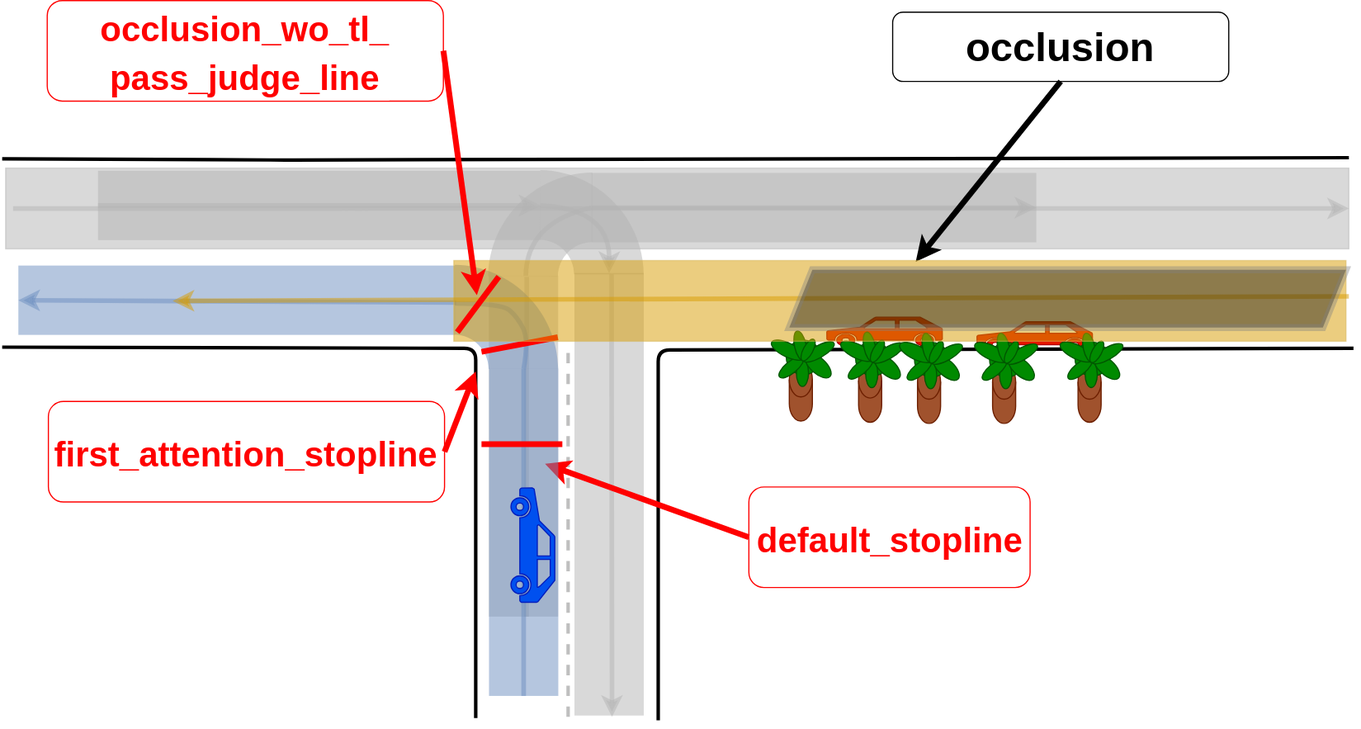
Earlier version of the draw.io export pr-5566/planning/behavior_velocity_intersection_module/docs/occlusion-without-tl.drawio.svg (zusizusi/autoware.universe). Source tidied: cells renumbered, new cells last; positions are measured from the earlier drawing's top-left corner, leaving out a move shared by most shapes.
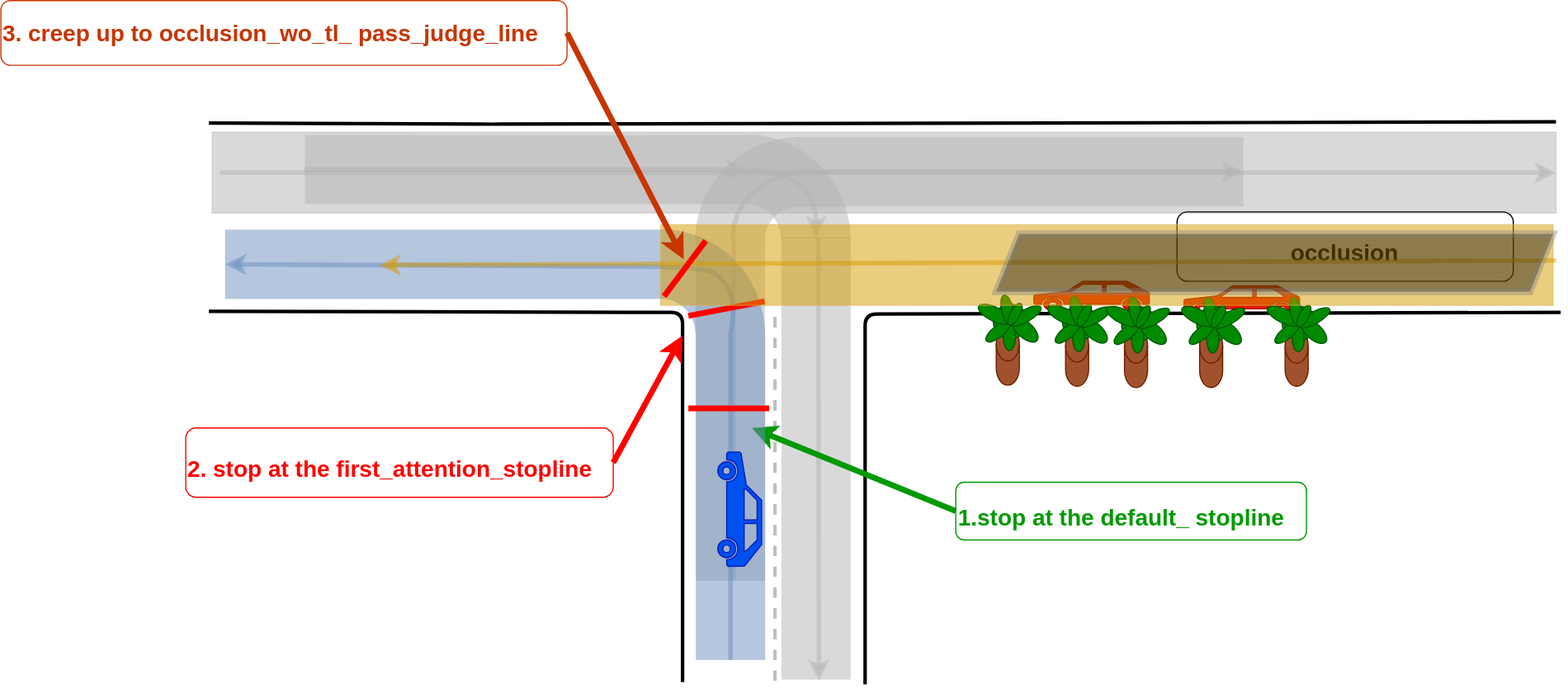
The same diagram one commit later.

The edit, as a diff of the source:
```diff
@@ -106,22 +106,17 @@
     <mxCell id="24" style="shape=mxgraph.signs.transportation.car_3;html=1;fillColor=#e51400;strokeColor=#B20000;verticalLabelPosition=bottom;verticalAlign=top;align=center;fontColor=#ffffff;" parent="23" vertex="1">
       <mxGeometry x="254" y="86" width="100" height="25" as="geometry" />
     </mxCell>
-    <mxCell id="25" value="&lt;b style=&quot;font-size: 30px;&quot;&gt;&lt;font style=&quot;font-size: 30px;&quot;&gt;&lt;font color=&quot;#ff0000&quot;&gt;default_stopline&lt;/font&gt;&lt;br&gt;&lt;/font&gt;&lt;/b&gt;" style="rounded=1;whiteSpace=wrap;html=1;labelBackgroundColor=#FFFFFF;strokeColor=#FF0000;fontSize=35;fontColor=#D79B00;fillColor=none;" parent="23" vertex="1">
-      <mxGeometry x="186.5" y="233" width="243.5" height="87" as="geometry" />
+    <mxCell id="25" value="&lt;b style=&quot;font-size: 30px;&quot;&gt;&lt;font style=&quot;font-size: 20px;&quot;&gt;&lt;font style=&quot;font-size: 20px;&quot; color=&quot;#009900&quot;&gt;1.stop at the default_&lt;/font&gt;&lt;/font&gt;&lt;/b&gt;&lt;b style=&quot;font-size: 20px;&quot;&gt;&lt;font color=&quot;#009900&quot;&gt;stopline&lt;/font&gt;&lt;/b&gt;&lt;b style=&quot;font-size: 30px;&quot;&gt;&lt;font style=&quot;font-size: 20px;&quot;&gt;&lt;font style=&quot;font-size: 20px;&quot; color=&quot;#009900&quot;&gt;&lt;br&gt;&lt;/font&gt;&lt;/font&gt;&lt;/b&gt;" style="rounded=1;whiteSpace=wrap;html=1;labelBackgroundColor=#FFFFFF;strokeColor=#009900;fontSize=35;fontColor=#D79B00;fillColor=none;align=left;" parent="23" vertex="1">
+      <mxGeometry x="186.5" y="260" width="303.5" height="50" as="geometry" />
     </mxCell>
-    <mxCell id="26" style="endArrow=classic;html=1;rounded=0;strokeColor=#FF0000;fontSize=35;fontColor=#3333FF;exitX=0;exitY=0.5;exitDx=0;exitDy=0;strokeWidth=5;" parent="1" edge="1" source="25">
+    <mxCell id="26" style="endArrow=classic;html=1;rounded=0;strokeColor=#009900;fontSize=35;fontColor=#3333FF;exitX=0;exitY=0.5;exitDx=0;exitDy=0;strokeWidth=5;" parent="1" edge="1" source="25">
       <mxGeometry relative="1" as="geometry">
         <mxPoint x="470" y="401" as="targetPoint" />
       </mxGeometry>
     </mxCell>
-    <mxCell id="27" value="&lt;b style=&quot;&quot;&gt;&lt;font color=&quot;#000000&quot;&gt;occlusion&lt;/font&gt;&lt;/b&gt;" style="rounded=1;whiteSpace=wrap;html=1;labelBackgroundColor=#FFFFFF;strokeColor=#000000;fontSize=35;fontColor=#D79B00;fillColor=none;" parent="1" vertex="1">
-      <mxGeometry x="771" y="10" width="291" height="60" as="geometry" />
+    <mxCell id="27" value="&lt;b style=&quot;&quot;&gt;&lt;font style=&quot;font-size: 20px;&quot; color=&quot;#000000&quot;&gt;occlusion&lt;/font&gt;&lt;/b&gt;" style="rounded=1;whiteSpace=wrap;html=1;labelBackgroundColor=#FFFFFF;strokeColor=#000000;fontSize=35;fontColor=#D79B00;fillColor=none;" parent="1" vertex="1">
+      <mxGeometry x="838" y="214" width="291" height="60" as="geometry" />
     </mxCell>
-    <mxCell id="28" style="endArrow=classic;html=1;rounded=0;strokeColor=#000000;fontSize=35;fontColor=#3333FF;exitX=0.5;exitY=1;exitDx=0;exitDy=0;strokeWidth=5;" parent="1" edge="1" source="27">
-      <mxGeometry relative="1" as="geometry">
-        <mxPoint x="791" y="226" as="targetPoint" />
-      </mxGeometry>
-    </mxCell>
     <mxCell id="29" style="group;" parent="1" vertex="1">
       <mxGeometry x="14" y="192" width="504.2" height="409.9" as="geometry" />
     </mxCell>
@@ -192,8 +187,8 @@
     <mxCell id="48" style="verticalLabelPosition=bottom;html=1;verticalAlign=top;align=center;shape=mxgraph.floorplan.plant;fillColor=#008a00;fontColor=#ffffff;strokeColor=#005700;" parent="1" vertex="1">
       <mxGeometry x="918" y="285" width="47" height="50" as="geometry" />
     </mxCell>
-    <mxCell id="49" value="&lt;b style=&quot;font-size: 30px;&quot;&gt;&lt;font style=&quot;font-size: 30px;&quot;&gt;&lt;font color=&quot;#ff0000&quot;&gt;first_attention_stopline&lt;/font&gt;&lt;br&gt;&lt;/font&gt;&lt;/b&gt;" style="rounded=1;whiteSpace=wrap;html=1;labelBackgroundColor=#FFFFFF;strokeColor=#FF0000;fontSize=35;fontColor=#D79B00;fillColor=none;" parent="1" vertex="1">
-      <mxGeometry x="40" y="347" width="343" height="87" as="geometry" />
+    <mxCell id="49" value="&lt;div style=&quot;&quot;&gt;&lt;b style=&quot;&quot;&gt;&lt;font style=&quot;font-size: 20px;&quot; color=&quot;#ff0000&quot;&gt;2. stop at the first_attention_stopline&lt;/font&gt;&lt;/b&gt;&lt;/div&gt;" style="rounded=1;whiteSpace=wrap;html=1;labelBackgroundColor=#FFFFFF;strokeColor=#FF0000;fontSize=35;fontColor=#D79B00;fillColor=none;align=left;" parent="1" vertex="1">
+      <mxGeometry x="-20" y="401" width="370" height="60" as="geometry" />
     </mxCell>
     <mxCell id="50" style="endArrow=classic;html=1;rounded=0;strokeColor=#FF0000;fontSize=35;fontColor=#3333FF;exitX=1;exitY=0.5;exitDx=0;exitDy=0;strokeWidth=5;" parent="1" edge="1" source="49">
       <mxGeometry relative="1" as="geometry">
@@ -223,10 +218,10 @@
         <mxPoint x="430" y="239" as="targetPoint" />
       </mxGeometry>
     </mxCell>
-    <mxCell id="56" value="&lt;b style=&quot;font-size: 30px;&quot;&gt;&lt;font style=&quot;font-size: 30px;&quot;&gt;&lt;font color=&quot;#ff0000&quot;&gt;occlusion_wo_tl_&lt;br&gt;pass_judge_line&lt;/font&gt;&lt;br&gt;&lt;/font&gt;&lt;/b&gt;" style="rounded=1;whiteSpace=wrap;html=1;labelBackgroundColor=#FFFFFF;strokeColor=#FF0000;fontSize=35;fontColor=#D79B00;fillColor=none;" parent="1" vertex="1">
-      <mxGeometry x="39" width="343" height="87" as="geometry" />
+    <mxCell id="56" value="&lt;div style=&quot;font-size: 20px;&quot;&gt;&lt;b style=&quot;&quot;&gt;&lt;font style=&quot;font-size: 20px;&quot; color=&quot;#c73500&quot;&gt;3. creep up to occlusion_wo_tl_&lt;/font&gt;&lt;/b&gt;&lt;b&gt;&lt;font color=&quot;#c73500&quot;&gt;pass_judge_line&lt;/font&gt;&lt;/b&gt;&lt;/div&gt;" style="rounded=1;whiteSpace=wrap;html=1;labelBackgroundColor=#FFFFFF;strokeColor=#C73500;fontSize=35;fontColor=#D79B00;fillColor=none;align=left;" parent="1" vertex="1">
+      <mxGeometry x="-180" y="31" width="490" height="56" as="geometry" />
     </mxCell>
-    <mxCell id="57" style="endArrow=classic;html=1;rounded=0;strokeColor=#FF0000;fontSize=35;fontColor=#3333FF;exitX=1;exitY=0.5;exitDx=0;exitDy=0;strokeWidth=5;" parent="1" edge="1" source="56">
+    <mxCell id="57" style="endArrow=classic;html=1;rounded=0;strokeColor=#C73500;fontSize=35;fontColor=#3333FF;exitX=1;exitY=0.5;exitDx=0;exitDy=0;strokeWidth=5;" parent="1" edge="1" source="56">
       <mxGeometry relative="1" as="geometry">
         <mxPoint x="411" y="255" as="targetPoint" />
       </mxGeometry>
```
